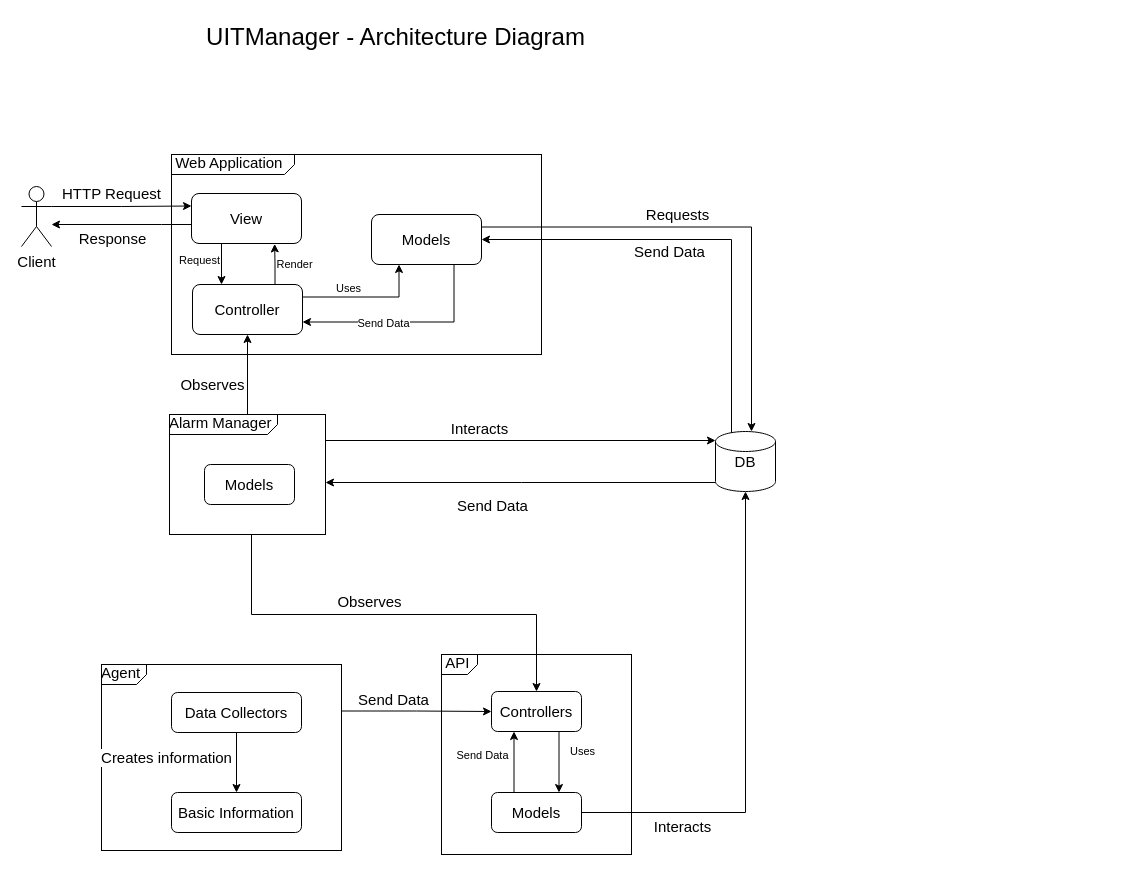
This is Doc/Diagrams/original/4_ArchitectureDiagram.drawio from S0lth/UIT_manager, a draw.io file, before an edit. Source tidied: cells renumbered, new cells numbered last; positions are measured from the earlier drawing's top-left corner, leaving out a move shared by most shapes. Both pictures are drawn from the tidied source at 100%, with x=0, y=0 at pixel (21, 17).
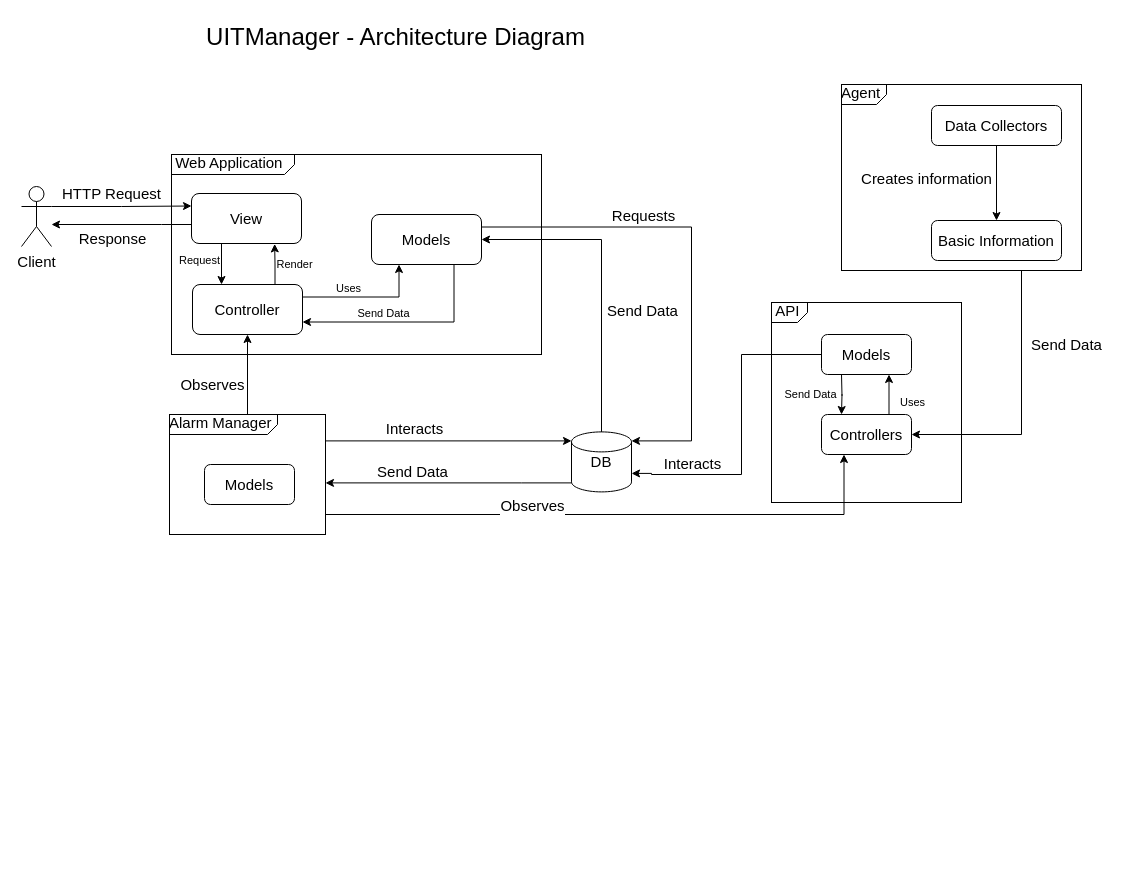
Above is the later version.

Commit message (it also covers changes not shown here):
fix(WebApp): assigned to me bug

The change refers to these unchanged cells:
```xml
<mxCell id="14" style="edgeStyle=orthogonalEdgeStyle;rounded=0;jettySize=auto;html=1;exitX=0.75;exitY=1;exitDx=0;exitDy=0;entryX=1;entryY=0.75;entryDx=0;entryDy=0;" parent="1" edge="1" source="16" target="8">
  <mxGeometry relative="1" as="geometry" />
</mxCell>
<mxCell id="16" value="Models" style="rounded=1;whiteSpace=wrap;html=1;fontSize=15;glass=0;" parent="1" vertex="1">
  <mxGeometry x="350" y="197" width="110" height="50" as="geometry" />
</mxCell>
<mxCell id="44" value="Alarm Manager" style="html=1;shape=mxgraph.sysml.package;overflow=fill;labelX=108.75;align=left;spacingLeft=5;verticalAlign=top;spacingTop=-3;fontSize=15;" parent="1" vertex="1">
  <mxGeometry x="148" y="397" width="156" height="120" as="geometry" />
</mxCell>
<mxCell id="48" style="edgeStyle=orthogonalEdgeStyle;rounded=0;jettySize=auto;html=1;exitX=0;exitY=0.85;exitDx=0;exitDy=0;exitPerimeter=0;" parent="1" edge="1" source="21" target="44">
  <mxGeometry relative="1" as="geometry">
    <Array as="points">
      <mxPoint x="500" y="465" />
      <mxPoint x="500" y="465" />
    </Array>
  </mxGeometry>
</mxCell>
```

What changed in the source:
```diff
@@
     <mxCell id="15" value="Send Data" style="edgeLabel;html=1;align=center;verticalAlign=middle;" parent="14" vertex="1">
-      <mxGeometry x="0.23" y="1" relative="1" as="geometry" />
+      <mxGeometry x="0.23" y="1" relative="1" as="geometry">
+        <mxPoint y="-10" as="offset" />
+      </mxGeometry>
     </mxCell>
@@
-    <mxCell id="19" style="edgeStyle=orthogonalEdgeStyle;rounded=0;jettySize=auto;html=1;entryX=1;entryY=0.5;entryDx=0;entryDy=0;fontSize=15;exitX=0;exitY=0.15;exitDx=0;exitDy=0;exitPerimeter=0;" parent="1" edge="1" source="21" target="16">
+    <mxCell id="19" style="edgeStyle=orthogonalEdgeStyle;rounded=0;jettySize=auto;html=1;entryX=1;entryY=0.5;entryDx=0;entryDy=0;fontSize=15;exitX=0.5;exitY=0;exitDx=0;exitDy=0;exitPerimeter=0;" parent="1" edge="1" source="21" target="16">
       <mxGeometry relative="1" as="geometry">
         <Array as="points">
-          <mxPoint x="710" y="423" />
-          <mxPoint x="710" y="222" />
+          <mxPoint x="580" y="222" />
         </Array>
       </mxGeometry>
     </mxCell>
     <mxCell id="20" value="Send Data" style="edgeLabel;html=1;align=center;verticalAlign=middle;fontSize=15;" parent="19" vertex="1">
       <mxGeometry x="0.2" y="-1" relative="1" as="geometry">
-        <mxPoint y="12" as="offset" />
+        <mxPoint x="39" y="65" as="offset" />
       </mxGeometry>
     </mxCell>
     <mxCell id="21" value="DB" style="strokeWidth=1;html=1;shape=mxgraph.flowchart.database;whiteSpace=wrap;fontSize=15;shadow=0;" parent="1" vertex="1">
-      <mxGeometry x="694" y="414" width="60" height="60" as="geometry" />
+      <mxGeometry x="550" y="414.4" width="60" height="60" as="geometry" />
     </mxCell>
-    <mxCell id="22" style="edgeStyle=orthogonalEdgeStyle;rounded=0;jettySize=auto;html=1;exitX=1;exitY=0.25;exitDx=0;exitDy=0;fontSize=15;" parent="1" edge="1" source="16" target="21">
+    <mxCell id="22" style="edgeStyle=orthogonalEdgeStyle;rounded=0;jettySize=auto;html=1;exitX=1;exitY=0.25;exitDx=0;exitDy=0;fontSize=15;entryX=1;entryY=0.15;entryDx=0;entryDy=0;entryPerimeter=0;" parent="1" edge="1" source="16" target="21">
       <mxGeometry relative="1" as="geometry">
         <Array as="points">
-          <mxPoint x="730" y="209" />
+          <mxPoint x="670" y="209" />
+          <mxPoint x="670" y="423" />
+          <mxPoint x="610" y="423" />
         </Array>
       </mxGeometry>
     </mxCell>
     <mxCell id="23" value="Requests" style="edgeLabel;html=1;align=center;verticalAlign=middle;fontSize=15;" parent="22" vertex="1">
       <mxGeometry x="-0.18" y="2" relative="1" as="geometry">
-        <mxPoint y="-11" as="offset" />
+        <mxPoint x="-37" y="-10" as="offset" />
       </mxGeometry>
     </mxCell>
     <mxCell id="24" value="&lt;font&gt;&amp;nbsp;API&lt;/font&gt;" style="html=1;shape=mxgraph.sysml.package;overflow=fill;labelX=36.25;align=left;spacingLeft=5;verticalAlign=top;spacingTop=-3;fontSize=15;strokeWidth=1;perimeterSpacing=0;" parent="1" vertex="1">
-      <mxGeometry x="420" y="637" width="190" height="200" as="geometry" />
+      <mxGeometry x="750" y="285" width="190" height="200" as="geometry" />
     </mxCell>
-    <mxCell id="25" style="edgeStyle=orthogonalEdgeStyle;rounded=0;jettySize=auto;html=1;exitX=0.75;exitY=1;exitDx=0;exitDy=0;entryX=0.75;entryY=0;entryDx=0;entryDy=0;" parent="1" edge="1" source="27" target="30">
+    <mxCell id="25" style="edgeStyle=orthogonalEdgeStyle;rounded=0;jettySize=auto;html=1;exitX=0.75;exitY=0;exitDx=0;exitDy=0;entryX=0.75;entryY=1;entryDx=0;entryDy=0;" parent="1" edge="1" source="27" target="30">
       <mxGeometry relative="1" as="geometry" />
     </mxCell>
@@
     <mxCell id="27" value="&lt;font&gt;Controllers&lt;/font&gt;" style="rounded=1;whiteSpace=wrap;html=1;fontSize=15;" parent="1" vertex="1">
-      <mxGeometry x="470" y="674" width="90" height="40" as="geometry" />
+      <mxGeometry x="800" y="397" width="90" height="40" as="geometry" />
     </mxCell>
-    <mxCell id="28" style="edgeStyle=orthogonalEdgeStyle;rounded=0;jettySize=auto;html=1;exitX=0.25;exitY=0;exitDx=0;exitDy=0;entryX=0.25;entryY=1;entryDx=0;entryDy=0;" parent="1" edge="1" source="30" target="27">
-      <mxGeometry relative="1" as="geometry" />
+    <mxCell id="28" style="edgeStyle=orthogonalEdgeStyle;rounded=0;orthogonalLoop=1;jettySize=auto;html=1;exitX=0.25;exitY=1;exitDx=0;exitDy=0;entryX=0.25;entryY=0;entryDx=0;entryDy=0;" parent="1" edge="1">
+      <mxGeometry relative="1" as="geometry">
+        <mxPoint x="820" y="357" as="sourcePoint" />
+        <mxPoint x="820" y="397" as="targetPoint" />
+      </mxGeometry>
     </mxCell>
     <mxCell id="29" value="Send Data" style="edgeLabel;html=1;align=center;verticalAlign=middle;" parent="28" vertex="1">
       <mxGeometry x="0.31" relative="1" as="geometry">
-        <mxPoint x="-32" y="2" as="offset" />
+        <mxPoint x="-32" y="-6" as="offset" />
       </mxGeometry>
     </mxCell>
     <mxCell id="30" value="&lt;font&gt;Models&lt;/font&gt;" style="rounded=1;whiteSpace=wrap;html=1;fontSize=15;" parent="1" vertex="1">
-      <mxGeometry x="470" y="775" width="90" height="40" as="geometry" />
+      <mxGeometry x="800" y="317" width="90" height="40" as="geometry" />
     </mxCell>
-    <mxCell id="31" style="edgeStyle=orthogonalEdgeStyle;rounded=0;jettySize=auto;html=1;entryX=1;entryY=0.5;entryDx=0;entryDy=0;exitX=0.5;exitY=1;exitDx=0;exitDy=0;exitPerimeter=0;startArrow=classic;startFill=1;endArrow=none;endFill=0;fontSize=15;" parent="1" edge="1" source="21" target="30">
-      <mxGeometry relative="1" as="geometry" />
+    <mxCell id="31" style="edgeStyle=orthogonalEdgeStyle;rounded=0;jettySize=auto;html=1;entryX=0;entryY=0.5;entryDx=0;entryDy=0;startArrow=classic;startFill=1;endArrow=none;endFill=0;fontSize=15;exitX=1.001;exitY=0.692;exitDx=0;exitDy=0;exitPerimeter=0;" parent="1" edge="1" source="21" target="30">
+      <mxGeometry relative="1" as="geometry">
+        <Array as="points">
+          <mxPoint x="630" y="456" />
+          <mxPoint x="720" y="457" />
+          <mxPoint x="720" y="337" />
+        </Array>
+      </mxGeometry>
     </mxCell>
     <mxCell id="32" value="Interacts" style="edgeLabel;html=1;align=center;verticalAlign=middle;fontSize=15;" parent="31" vertex="1">
       <mxGeometry x="-0.04" y="4" relative="1" as="geometry">
-        <mxPoint x="-68" y="101" as="offset" />
+        <mxPoint x="-46" y="26" as="offset" />
       </mxGeometry>
     </mxCell>
-    <mxCell id="33" style="edgeStyle=orthogonalEdgeStyle;rounded=0;jettySize=auto;html=1;exitX=1;exitY=0.25;exitDx=0;exitDy=0;exitPerimeter=0;entryX=0;entryY=0.5;entryDx=0;entryDy=0;" parent="1" edge="1" source="35" target="27">
+    <mxCell id="33" style="edgeStyle=orthogonalEdgeStyle;rounded=0;jettySize=auto;html=1;exitX=0.75;exitY=1;exitDx=0;exitDy=0;exitPerimeter=0;entryX=1;entryY=0.5;entryDx=0;entryDy=0;" parent="1" edge="1" source="35" target="27">
       <mxGeometry relative="1" as="geometry" />
     </mxCell>
-    <mxCell id="34" value="&lt;font style=&quot;font-size: 15px;&quot;&gt;Send Data&lt;br&gt;&lt;/font&gt;" style="edgeLabel;html=1;align=center;verticalAlign=middle;" parent="33" vertex="1">
-      <mxGeometry x="-0.25" y="-2" relative="1" as="geometry">
-        <mxPoint x="-5" y="-14" as="offset" />
-      </mxGeometry>
-    </mxCell>
     <mxCell id="35" value="Agent" style="html=1;shape=mxgraph.sysml.package;overflow=fill;labelX=45;align=left;spacingLeft=5;verticalAlign=top;spacingTop=-3;fontSize=15;" parent="1" vertex="1">
-      <mxGeometry x="80" y="647" width="240" height="186" as="geometry" />
+      <mxGeometry x="820" y="67" width="240" height="186" as="geometry" />
     </mxCell>
@@
     <mxCell id="38" value="Data Collectors" style="rounded=1;whiteSpace=wrap;html=1;fontSize=15;" parent="1" vertex="1">
-      <mxGeometry x="150" y="675" width="130" height="40" as="geometry" />
+      <mxGeometry x="910" y="88" width="130" height="40" as="geometry" />
     </mxCell>
     <mxCell id="39" value="Basic Information" style="rounded=1;whiteSpace=wrap;html=1;fontSize=15;" parent="1" vertex="1">
-      <mxGeometry x="150" y="775" width="130" height="40" as="geometry" />
+      <mxGeometry x="910" y="203" width="130" height="40" as="geometry" />
     </mxCell>
-    <mxCell id="40" style="edgeStyle=orthogonalEdgeStyle;rounded=0;jettySize=auto;html=1;entryX=0.5;entryY=0;entryDx=0;entryDy=0;" parent="1" edge="1" source="44" target="27">
+    <mxCell id="40" style="edgeStyle=orthogonalEdgeStyle;rounded=0;jettySize=auto;html=1;entryX=0.25;entryY=1;entryDx=0;entryDy=0;exitX=0.999;exitY=0.856;exitDx=0;exitDy=0;exitPerimeter=0;" parent="1" edge="1" source="44" target="27">
       <mxGeometry relative="1" as="geometry">
         <Array as="points">
-          <mxPoint x="230" y="597" />
-          <mxPoint x="515" y="597" />
+          <mxPoint x="304" y="497" />
+          <mxPoint x="823" y="497" />
         </Array>
       </mxGeometry>
     </mxCell>
     <mxCell id="41" value="&lt;font style=&quot;font-size: 15px;&quot;&gt;Observes&lt;/font&gt;" style="edgeLabel;html=1;align=center;verticalAlign=middle;" parent="40" vertex="1">
       <mxGeometry x="-0.11" y="-6" relative="1" as="geometry">
-        <mxPoint y="-20" as="offset" />
+        <mxPoint x="-50" y="-16" as="offset" />
       </mxGeometry>
     </mxCell>
@@
     <mxCell id="49" value="&lt;font style=&quot;font-size: 15px;&quot;&gt;Send Data&lt;br&gt;&lt;/font&gt;" style="edgeLabel;html=1;align=center;verticalAlign=middle;" parent="48" vertex="1">
       <mxGeometry x="-0.41" y="1" relative="1" as="geometry">
-        <mxPoint x="-109" y="21" as="offset" />
+        <mxPoint x="-87" y="-13" as="offset" />
       </mxGeometry>
     </mxCell>
@@
+    <mxCell id="34" value="&lt;span style=&quot;font-size: 15px; background-color: rgb(255, 255, 255);&quot;&gt;Send Data&lt;/span&gt;" style="text;html=1;align=center;verticalAlign=middle;strokeColor=none;fillColor=none;" parent="1" vertex="1">
+      <mxGeometry x="1000" y="312" width="90" height="30" as="geometry" />
+    </mxCell>
```
